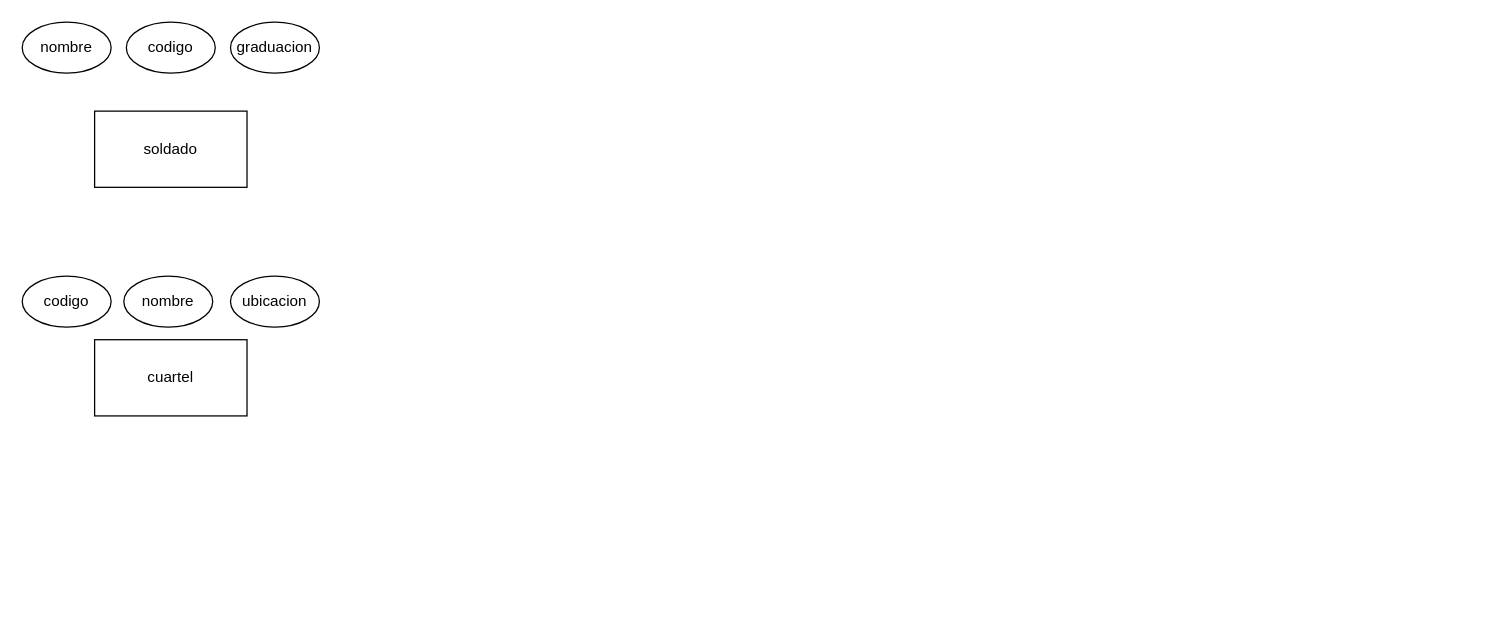
The draw.io diagram Diagrama sin título.drawio in jordeveloper1003/CV, before the edit. Source tidied: cells renumbered, new cells numbered last; positions are measured from the earlier drawing's top-left corner, leaving out a move shared by most shapes. Both pictures are drawn from the tidied source at 127%, with x=0, y=0 at pixel (22, 22).
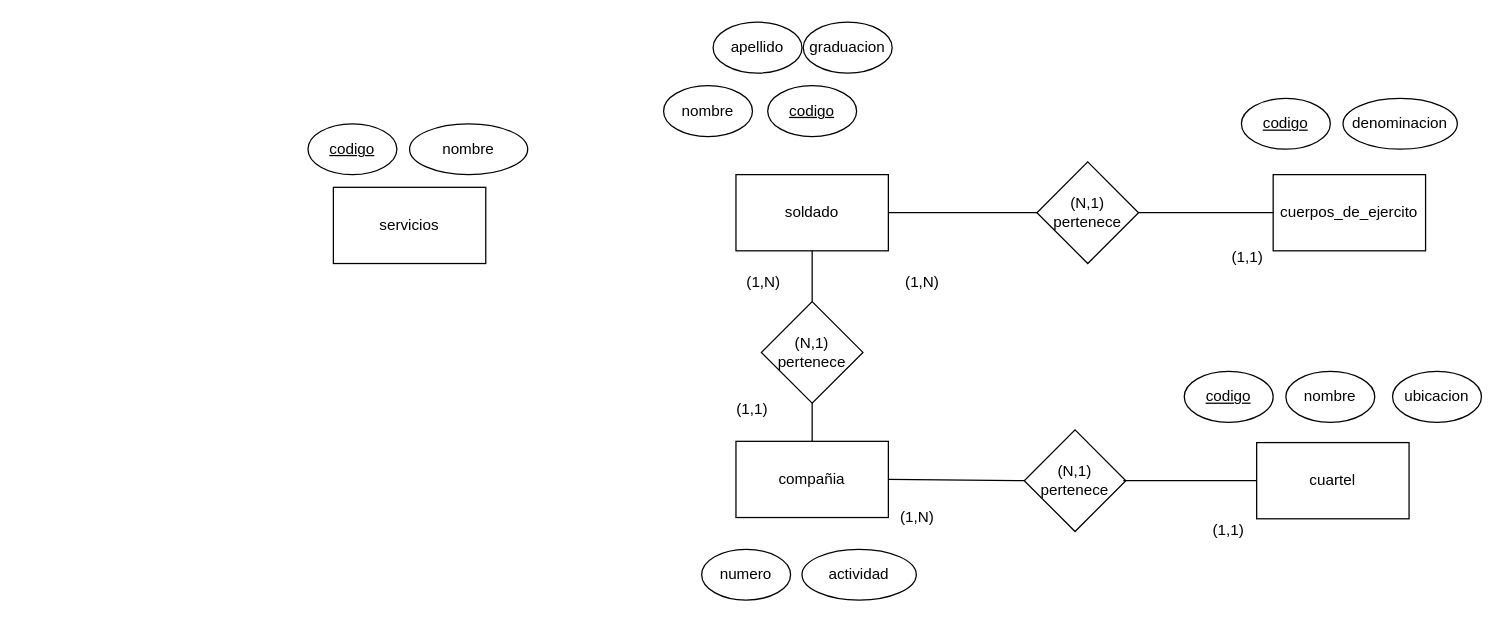
The same diagram, later.

Diff of the diagram source:
```diff
@@
+    <mxCell id="10" style="rhombus;whiteSpace=wrap;html=1;" parent="1" vertex="1">
+      <mxGeometry x="582" y="220" width="80" height="80" as="geometry" />
+    </mxCell>
     <mxCell id="2" value="soldado" style="rounded=0;whiteSpace=wrap;html=1;" parent="1" vertex="1">
-      <mxGeometry x="57" y="70" width="120" height="60" as="geometry" />
+      <mxGeometry x="562" y="120" width="120" height="60" as="geometry" />
     </mxCell>
-    <mxCell id="3" value="codigo" style="ellipse;whiteSpace=wrap;html=1;" parent="1" vertex="1">
-      <mxGeometry x="82" width="70" height="40" as="geometry" />
+    <mxCell id="3" value="&lt;u&gt;codigo&lt;/u&gt;" style="ellipse;whiteSpace=wrap;html=1;" parent="1" vertex="1">
+      <mxGeometry x="587" y="50" width="70" height="40" as="geometry" />
     </mxCell>
     <mxCell id="4" value="nombre" style="ellipse;whiteSpace=wrap;html=1;" parent="1" vertex="1">
-      <mxGeometry width="70" height="40" as="geometry" />
+      <mxGeometry x="505" y="50" width="70" height="40" as="geometry" />
     </mxCell>
     <mxCell id="5" value="graduacion" style="ellipse;whiteSpace=wrap;html=1;" parent="1" vertex="1">
-      <mxGeometry x="164" width="70" height="40" as="geometry" />
+      <mxGeometry x="615" width="70" height="40" as="geometry" />
     </mxCell>
     <mxCell id="6" value="cuartel" style="rounded=0;whiteSpace=wrap;html=1;" parent="1" vertex="1">
-      <mxGeometry x="57" y="250" width="120" height="60" as="geometry" />
+      <mxGeometry x="972" y="331" width="120" height="60" as="geometry" />
     </mxCell>
     <mxCell id="7" value="nombre" style="ellipse;whiteSpace=wrap;html=1;" parent="1" vertex="1">
-      <mxGeometry x="80" y="200" width="70" height="40" as="geometry" />
+      <mxGeometry x="995" y="275" width="70" height="40" as="geometry" />
     </mxCell>
-    <mxCell id="8" value="codigo" style="ellipse;whiteSpace=wrap;html=1;" parent="1" vertex="1">
-      <mxGeometry y="200" width="70" height="40" as="geometry" />
+    <mxCell id="8" value="&lt;u&gt;codigo&lt;/u&gt;" style="ellipse;whiteSpace=wrap;html=1;" parent="1" vertex="1">
+      <mxGeometry x="915" y="275" width="70" height="40" as="geometry" />
     </mxCell>
     <mxCell id="9" value="ubicacion" style="ellipse;whiteSpace=wrap;html=1;" parent="1" vertex="1">
-      <mxGeometry x="164" y="200" width="70" height="40" as="geometry" />
+      <mxGeometry x="1079" y="275" width="70" height="40" as="geometry" />
     </mxCell>
+    <mxCell id="11" value="cuerpos_de_ejercito" style="rounded=0;whiteSpace=wrap;html=1;" parent="1" vertex="1">
+      <mxGeometry x="985" y="120" width="120" height="60" as="geometry" />
+    </mxCell>
+    <mxCell id="12" value="denominacion" style="ellipse;whiteSpace=wrap;html=1;" parent="1" vertex="1">
+      <mxGeometry x="1040" y="60" width="90" height="40" as="geometry" />
+    </mxCell>
+    <mxCell id="13" value="&lt;u&gt;codigo&lt;/u&gt;" style="ellipse;whiteSpace=wrap;html=1;" parent="1" vertex="1">
+      <mxGeometry x="960" y="60" width="70" height="40" as="geometry" />
+    </mxCell>
+    <mxCell id="14" value="compañia" style="rounded=0;whiteSpace=wrap;html=1;" parent="1" vertex="1">
+      <mxGeometry x="562" y="330" width="120" height="60" as="geometry" />
+    </mxCell>
+    <mxCell id="15" value="actividad" style="ellipse;whiteSpace=wrap;html=1;" parent="1" vertex="1">
+      <mxGeometry x="614" y="415" width="90" height="40" as="geometry" />
+    </mxCell>
+    <mxCell id="16" value="numero" style="ellipse;whiteSpace=wrap;html=1;" parent="1" vertex="1">
+      <mxGeometry x="535" y="415" width="70" height="40" as="geometry" />
+    </mxCell>
+    <mxCell id="17" value="servicios" style="rounded=0;whiteSpace=wrap;html=1;" parent="1" vertex="1">
+      <mxGeometry x="245" y="130" width="120" height="60" as="geometry" />
+    </mxCell>
+    <mxCell id="18" value="nombre" style="ellipse;whiteSpace=wrap;html=1;" parent="1" vertex="1">
+      <mxGeometry x="305" y="80" width="93" height="40" as="geometry" />
+    </mxCell>
+    <mxCell id="19" value="&lt;u&gt;codigo&lt;/u&gt;" style="ellipse;whiteSpace=wrap;html=1;" parent="1" vertex="1">
+      <mxGeometry x="225" y="80" width="70" height="40" as="geometry" />
+    </mxCell>
+    <mxCell id="20" value="apellido" style="ellipse;whiteSpace=wrap;html=1;" parent="1" vertex="1">
+      <mxGeometry x="544" width="70" height="40" as="geometry" />
+    </mxCell>
+    <mxCell id="21" style="rhombus;whiteSpace=wrap;html=1;" parent="1" vertex="1">
+      <mxGeometry x="799" y="110" width="80" height="80" as="geometry" />
+    </mxCell>
+    <mxCell id="22" style="endArrow=none;html=1;rounded=0;exitX=1;exitY=0.5;exitDx=0;exitDy=0;entryX=0;entryY=0.5;entryDx=0;entryDy=0;" parent="1" edge="1" source="2" target="21">
+      <mxGeometry relative="1" as="geometry" />
+    </mxCell>
+    <mxCell id="23" style="endArrow=none;html=1;rounded=0;exitX=1;exitY=0.5;exitDx=0;exitDy=0;entryX=0;entryY=0.5;entryDx=0;entryDy=0;" parent="1" edge="1" source="21" target="11">
+      <mxGeometry relative="1" as="geometry" />
+    </mxCell>
+    <mxCell id="24" value="(1,N)" style="text;strokeColor=none;align=center;fillColor=none;html=1;verticalAlign=middle;whiteSpace=wrap;rounded=0;" parent="1" vertex="1">
+      <mxGeometry x="675" y="375" width="60" height="30" as="geometry" />
+    </mxCell>
+    <mxCell id="25" value="(1,1)" style="text;strokeColor=none;align=center;fillColor=none;html=1;verticalAlign=middle;whiteSpace=wrap;rounded=0;" parent="1" vertex="1">
+      <mxGeometry x="935" y="170" width="60" height="30" as="geometry" />
+    </mxCell>
+    <mxCell id="26" value="(N,1)&lt;br&gt;pertenece" style="text;strokeColor=none;align=center;fillColor=none;html=1;verticalAlign=middle;whiteSpace=wrap;rounded=0;" parent="1" vertex="1">
+      <mxGeometry x="592" y="245" width="60" height="30" as="geometry" />
+    </mxCell>
+    <mxCell id="27" style="endArrow=none;html=1;rounded=0;exitX=0.5;exitY=0;exitDx=0;exitDy=0;entryX=0.5;entryY=1;entryDx=0;entryDy=0;" parent="1" edge="1" source="14" target="10">
+      <mxGeometry relative="1" as="geometry" />
+    </mxCell>
+    <mxCell id="28" style="endArrow=none;html=1;rounded=0;exitX=0.5;exitY=0;exitDx=0;exitDy=0;entryX=0.5;entryY=1;entryDx=0;entryDy=0;" parent="1" edge="1" source="10" target="2">
+      <mxGeometry relative="1" as="geometry" />
+    </mxCell>
+    <mxCell id="29" value="(1,N)" style="text;strokeColor=none;align=center;fillColor=none;html=1;verticalAlign=middle;whiteSpace=wrap;rounded=0;" parent="1" vertex="1">
+      <mxGeometry x="554" y="190" width="60" height="30" as="geometry" />
+    </mxCell>
+    <mxCell id="30" value="(1,1)" style="text;strokeColor=none;align=center;fillColor=none;html=1;verticalAlign=middle;whiteSpace=wrap;rounded=0;" parent="1" vertex="1">
+      <mxGeometry x="545" y="290" width="60" height="30" as="geometry" />
+    </mxCell>
+    <mxCell id="31" value="(N,1)&lt;br&gt;pertenece" style="text;strokeColor=none;align=center;fillColor=none;html=1;verticalAlign=middle;whiteSpace=wrap;rounded=0;" parent="1" vertex="1">
+      <mxGeometry x="809" y="135" width="60" height="30" as="geometry" />
+    </mxCell>
+    <mxCell id="32" style="rhombus;whiteSpace=wrap;html=1;" parent="1" vertex="1">
+      <mxGeometry x="789" y="321" width="80" height="80" as="geometry" />
+    </mxCell>
+    <mxCell id="33" value="(N,1)&lt;br&gt;pertenece" style="text;strokeColor=none;align=center;fillColor=none;html=1;verticalAlign=middle;whiteSpace=wrap;rounded=0;" parent="1" vertex="1">
+      <mxGeometry x="799" y="346" width="60" height="30" as="geometry" />
+    </mxCell>
+    <mxCell id="34" value="(1,N)" style="text;strokeColor=none;align=center;fillColor=none;html=1;verticalAlign=middle;whiteSpace=wrap;rounded=0;" parent="1" vertex="1">
+      <mxGeometry x="679" y="190" width="60" height="30" as="geometry" />
+    </mxCell>
+    <mxCell id="35" value="(1,1)" style="text;strokeColor=none;align=center;fillColor=none;html=1;verticalAlign=middle;whiteSpace=wrap;rounded=0;" parent="1" vertex="1">
+      <mxGeometry x="920" y="385" width="60" height="30" as="geometry" />
+    </mxCell>
+    <mxCell id="36" style="endArrow=none;html=1;rounded=0;exitX=1.133;exitY=0.5;exitDx=0;exitDy=0;entryX=0;entryY=0.5;entryDx=0;entryDy=0;exitPerimeter=0;" parent="1" edge="1" source="33" target="6">
+      <mxGeometry relative="1" as="geometry" />
+    </mxCell>
+    <mxCell id="37" style="endArrow=none;html=1;rounded=0;exitX=1;exitY=0.5;exitDx=0;exitDy=0;entryX=0;entryY=0.5;entryDx=0;entryDy=0;" parent="1" edge="1" source="14" target="32">
+      <mxGeometry relative="1" as="geometry" />
+    </mxCell>
```
